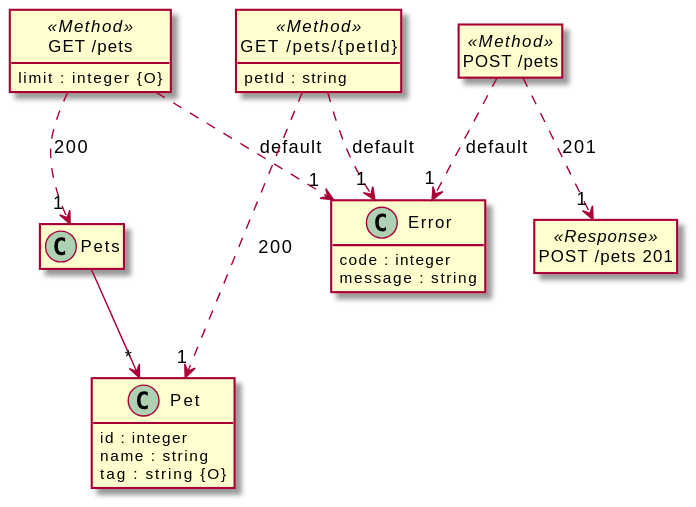
Above: src/docs/tests/petstore.puml.svg in davidmoten/openapi-to-plantuml (PlantUML), before the change.
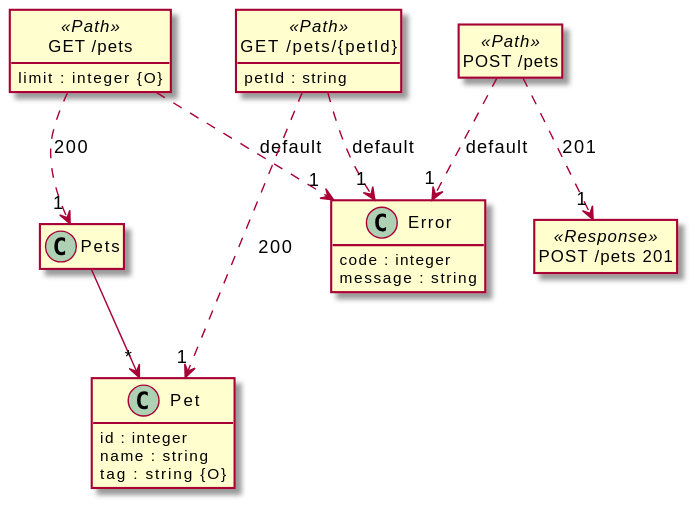
After the change.

The edit, as a diff of the source:
```diff
@@ -1,5 +1,5 @@
 @startuml
-hide <<Method>> circle
+hide <<Path>> circle
 hide <<Response>> circle
 hide <<Parameter>> circle
 hide empty methods
@@ -20,17 +20,17 @@
   message : string
 }
 
-class "GET /pets" <<Method>> {
+class "GET /pets" <<Path>> {
   limit : integer {O}
 }
 
-class "POST /pets" <<Method>> {
+class "POST /pets" <<Path>> {
 }
 
 class "POST /pets 201" <<Response>> {
 }
 
-class "GET /pets/{petId}" <<Method>> {
+class "GET /pets/{petId}" <<Path>> {
   petId : string
 }
 
```
